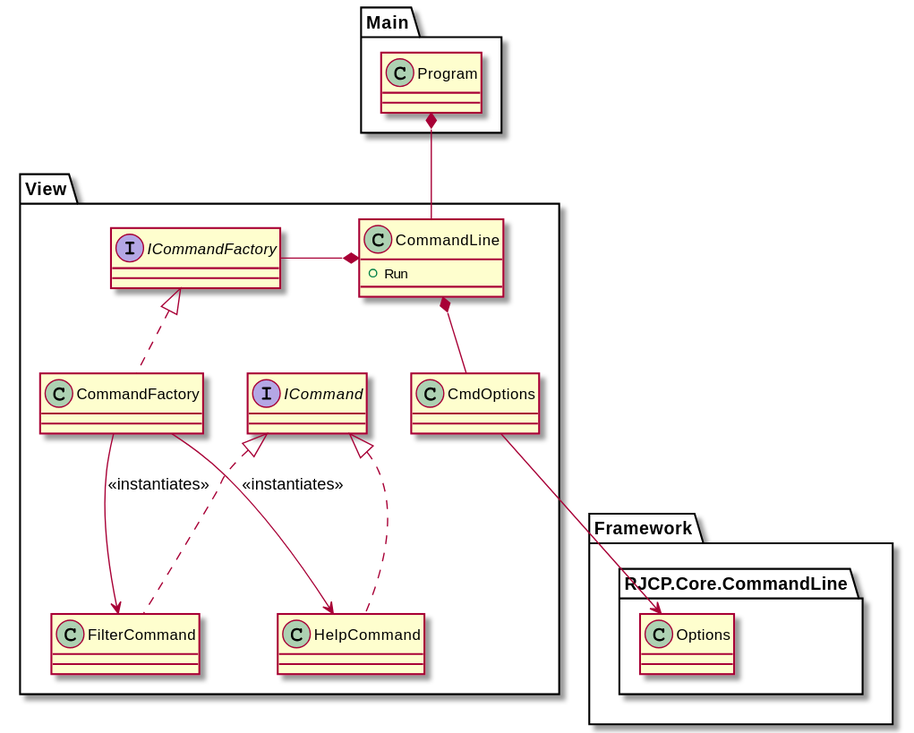
This is apps/DltDump/docs/out/diagrams/viewcmdfactory/View.CommandFactory.svg from jcurl/RJCP.DLL.Log, a PlantUML export, as it was before one commit.
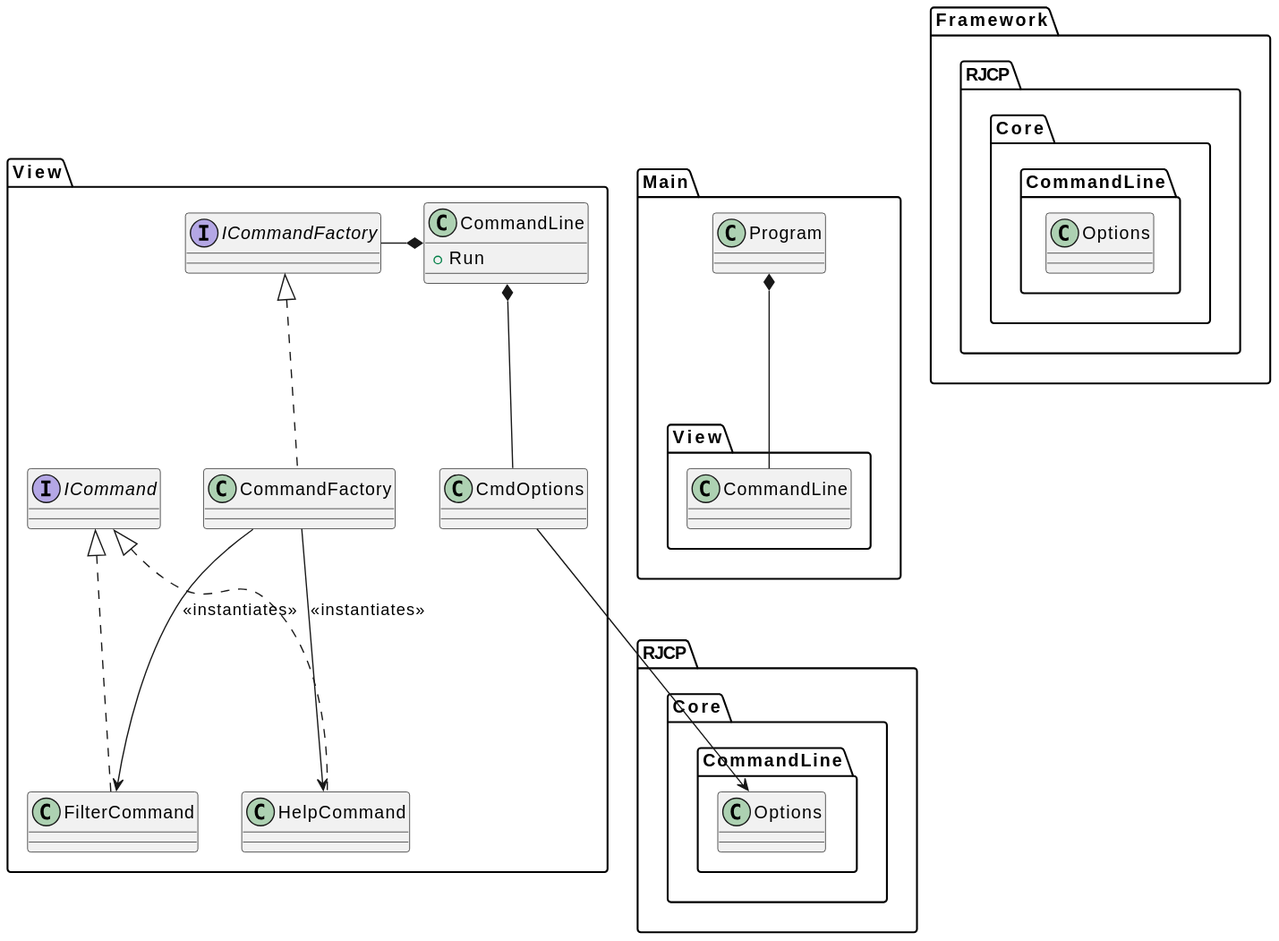
The same diagram one commit later.

The edit, as a diff of the source:
```diff
@@ -1,5 +1,4 @@
-@startuml View.CommandFactory
-
+@startuml
 namespace Main {
     class Program
 
@@ -38,5 +37,4 @@
 }
 
 View.CmdOptions -d-> RJCP.Core.CommandLine.Options
-
 @enduml
```
